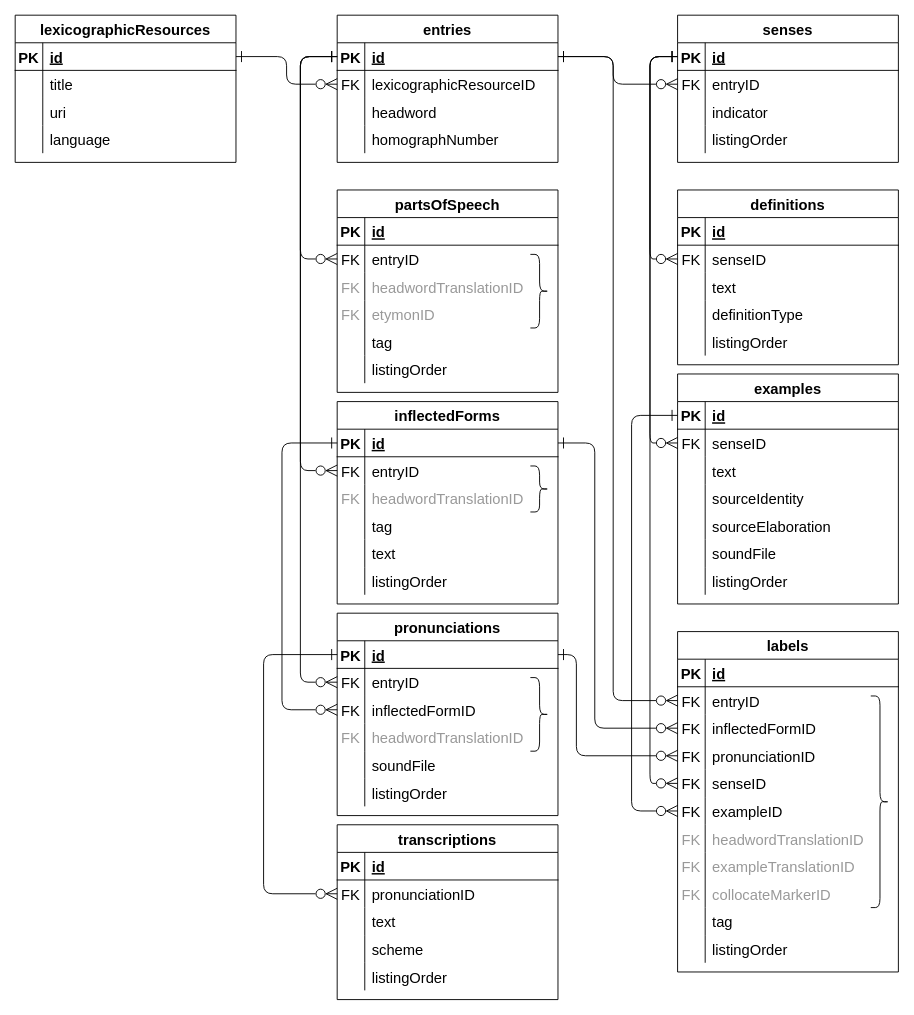
This is dmlex-v1.0/specification/serializations/RDB/databaseDiagrams/core.drawio from oasis-tcs/lexidma, a draw.io file, before an edit. Source tidied: cells renumbered, new cells numbered last; positions are measured from the earlier drawing's top-left corner, leaving out a move shared by most shapes. Both pictures are drawn from the tidied source at 92%, with x=0, y=0 at pixel (15, 15).
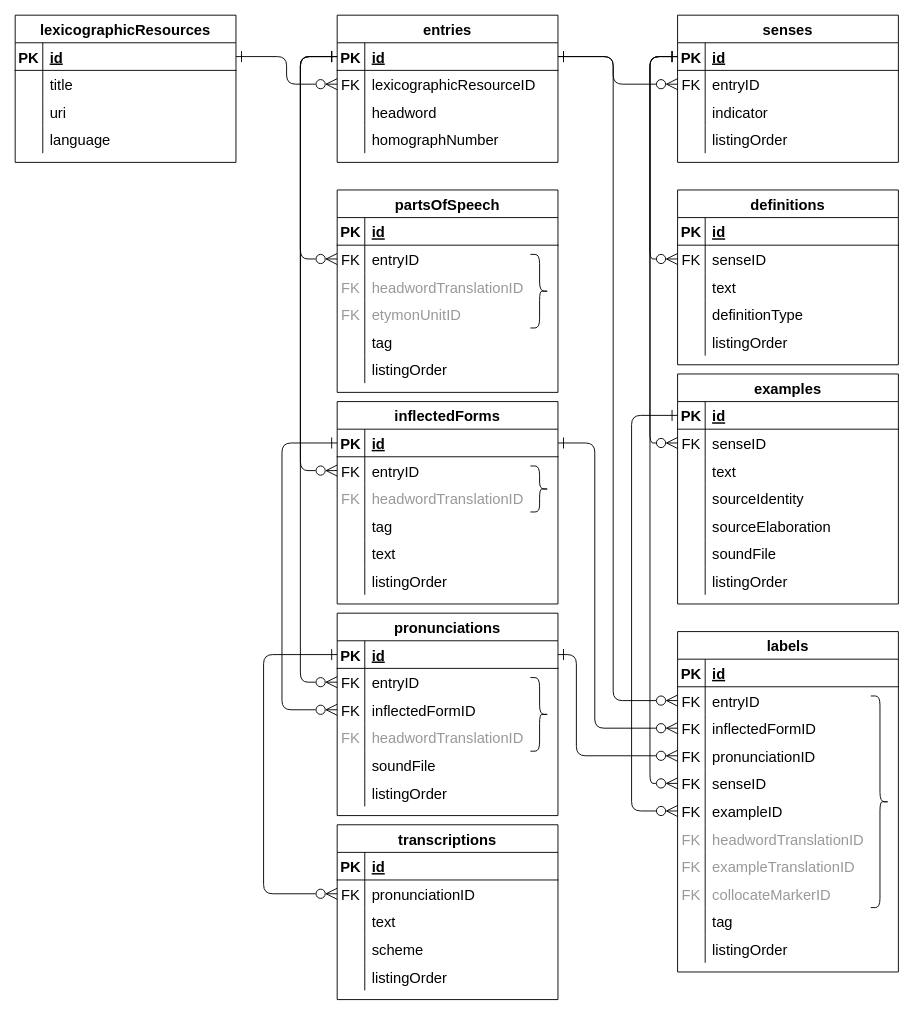
The same page after the edit.

The change refers to these unchanged cells:
```xml
<mxCell id="53" style="shape=tableRow;horizontal=0;startSize=0;swimlaneHead=0;swimlaneBody=0;fillColor=none;top=0;left=0;right=0;bottom=0;fontSize=16;" parent="43" vertex="1">
  <mxGeometry y="120" width="240" height="30" as="geometry" />
</mxCell>
```

The edit, as a diff of the source:
```diff
@@
-    <mxCell id="55" value="etymonID" style="shape=partialRectangle;fillColor=none;top=0;left=0;bottom=0;right=0;align=left;spacingLeft=6;overflow=hidden;fontSize=16;fontColor=#999999;" parent="53" vertex="1">
+    <mxCell id="55" value="etymonUnitID" style="shape=partialRectangle;fillColor=none;top=0;left=0;bottom=0;right=0;align=left;spacingLeft=6;overflow=hidden;fontSize=16;fontColor=#999999;" parent="53" vertex="1">
       <mxGeometry x="30" width="210" height="30" as="geometry" />
     </mxCell>
```
